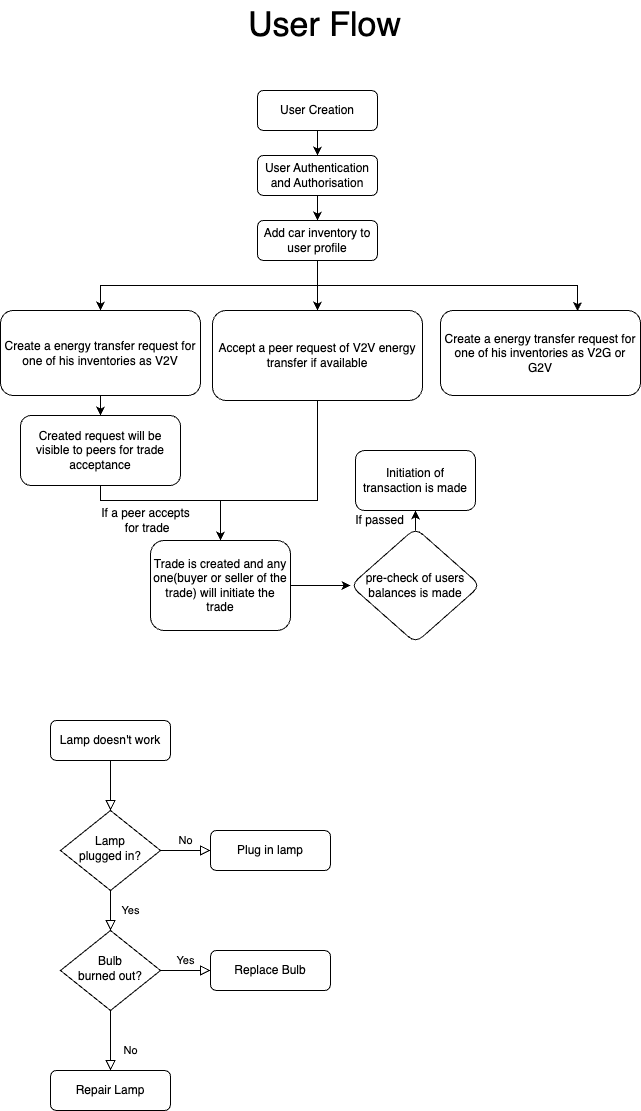
Before: Untitled Diagram.drawio.png, a diagram exported from draw.io (Uday003/ejtos-react_budget_app). Source tidied: cells renumbered, new cells last; positions are measured from the earlier drawing's top-left corner, leaving out a move shared by most shapes. Its diagram source:
```xml
<mxGraphModel>
  <root>
    <mxCell id="0" />
    <mxCell id="1" parent="0" />
    <mxCell id="2" value="&lt;font style=&quot;font-size: 34px;&quot;&gt;User Flow&lt;/font&gt;" style="text;html=1;align=center;verticalAlign=middle;strokeColor=none;fillColor=none;" parent="1" vertex="1">
      <mxGeometry x="234" width="180" height="50" as="geometry" />
    </mxCell>
    <mxCell id="3" style="rounded=0;html=1;jettySize=auto;fontSize=11;endArrow=block;endFill=0;endSize=8;strokeWidth=1;shadow=0;labelBackgroundColor=none;edgeStyle=orthogonalEdgeStyle;" parent="1" edge="1" source="4" target="7">
      <mxGeometry relative="1" as="geometry" />
    </mxCell>
    <mxCell id="4" value="Lamp doesn't work" style="rounded=1;whiteSpace=wrap;html=1;fontSize=12;glass=0;strokeWidth=1;shadow=0;" parent="1" vertex="1">
      <mxGeometry x="50" y="720" width="120" height="40" as="geometry" />
    </mxCell>
    <mxCell id="5" value="Yes" style="rounded=0;html=1;jettySize=auto;fontSize=11;endArrow=block;endFill=0;endSize=8;strokeWidth=1;shadow=0;labelBackgroundColor=none;edgeStyle=orthogonalEdgeStyle;" parent="1" edge="1" source="7" target="11">
      <mxGeometry y="20" relative="1" as="geometry" />
    </mxCell>
    <mxCell id="6" value="No" style="edgeStyle=orthogonalEdgeStyle;rounded=0;html=1;jettySize=auto;fontSize=11;endArrow=block;endFill=0;endSize=8;strokeWidth=1;shadow=0;labelBackgroundColor=none;" parent="1" edge="1" source="7" target="8">
      <mxGeometry y="10" relative="1" as="geometry" />
    </mxCell>
    <mxCell id="7" value="Lamp&lt;br&gt;plugged in?" style="rhombus;whiteSpace=wrap;html=1;shadow=0;fontFamily=Helvetica;fontSize=12;align=center;strokeWidth=1;spacing=6;spacingTop=-4;" parent="1" vertex="1">
      <mxGeometry x="60" y="810" width="100" height="80" as="geometry" />
    </mxCell>
    <mxCell id="8" value="Plug in lamp" style="rounded=1;whiteSpace=wrap;html=1;fontSize=12;glass=0;strokeWidth=1;shadow=0;" parent="1" vertex="1">
      <mxGeometry x="210" y="830" width="120" height="40" as="geometry" />
    </mxCell>
    <mxCell id="9" value="No" style="rounded=0;html=1;jettySize=auto;fontSize=11;endArrow=block;endFill=0;endSize=8;strokeWidth=1;shadow=0;labelBackgroundColor=none;edgeStyle=orthogonalEdgeStyle;" parent="1" edge="1" source="11" target="12">
      <mxGeometry x="0.33" y="20" relative="1" as="geometry" />
    </mxCell>
    <mxCell id="10" value="Yes" style="edgeStyle=orthogonalEdgeStyle;rounded=0;html=1;jettySize=auto;fontSize=11;endArrow=block;endFill=0;endSize=8;strokeWidth=1;shadow=0;labelBackgroundColor=none;" parent="1" edge="1" source="11" target="13">
      <mxGeometry y="10" relative="1" as="geometry" />
    </mxCell>
    <mxCell id="11" value="Bulb&lt;br&gt;burned out?" style="rhombus;whiteSpace=wrap;html=1;shadow=0;fontFamily=Helvetica;fontSize=12;align=center;strokeWidth=1;spacing=6;spacingTop=-4;" parent="1" vertex="1">
      <mxGeometry x="60" y="930" width="100" height="80" as="geometry" />
    </mxCell>
    <mxCell id="12" value="Repair Lamp" style="rounded=1;whiteSpace=wrap;html=1;fontSize=12;glass=0;strokeWidth=1;shadow=0;" parent="1" vertex="1">
      <mxGeometry x="50" y="1070" width="120" height="40" as="geometry" />
    </mxCell>
    <mxCell id="13" value="Replace Bulb" style="rounded=1;whiteSpace=wrap;html=1;fontSize=12;glass=0;strokeWidth=1;shadow=0;" parent="1" vertex="1">
      <mxGeometry x="210" y="950" width="120" height="40" as="geometry" />
    </mxCell>
    <mxCell id="14" style="edgeStyle=orthogonalEdgeStyle;rounded=0;jettySize=auto;html=1;exitX=0.5;exitY=1;exitDx=0;exitDy=0;" parent="1" edge="1" source="15" target="18">
      <mxGeometry relative="1" as="geometry" />
    </mxCell>
    <mxCell id="15" value="User Authentication and Authorisation" style="rounded=1;whiteSpace=wrap;html=1;fontSize=12;glass=0;strokeWidth=1;shadow=0;" parent="1" vertex="1">
      <mxGeometry x="257" y="155" width="120" height="40" as="geometry" />
    </mxCell>
    <mxCell id="16" style="edgeStyle=orthogonalEdgeStyle;rounded=0;jettySize=auto;html=1;exitX=0.5;exitY=1;exitDx=0;exitDy=0;" parent="1" edge="1" source="18" target="20">
      <mxGeometry relative="1" as="geometry" />
    </mxCell>
    <mxCell id="17" style="edgeStyle=orthogonalEdgeStyle;rounded=0;jettySize=auto;html=1;exitX=0.5;exitY=1;exitDx=0;exitDy=0;entryX=0.5;entryY=0;entryDx=0;entryDy=0;" parent="1" edge="1" source="18" target="26">
      <mxGeometry relative="1" as="geometry" />
    </mxCell>
    <mxCell id="18" value="Add car inventory to user profile" style="rounded=1;whiteSpace=wrap;html=1;fontSize=12;glass=0;strokeWidth=1;shadow=0;" parent="1" vertex="1">
      <mxGeometry x="257" y="220" width="120" height="40" as="geometry" />
    </mxCell>
    <mxCell id="19" style="edgeStyle=orthogonalEdgeStyle;rounded=0;jettySize=auto;html=1;" parent="1" edge="1" source="20" target="28">
      <mxGeometry relative="1" as="geometry" />
    </mxCell>
    <mxCell id="20" value="Create a energy transfer request for one of his inventories as V2V" style="rounded=1;whiteSpace=wrap;html=1;fontSize=12;glass=0;strokeWidth=1;shadow=0;" parent="1" vertex="1">
      <mxGeometry y="310" width="200" height="85" as="geometry" />
    </mxCell>
    <mxCell id="21" value="Create a energy transfer request for one of his inventories as V2G or G2V" style="rounded=1;whiteSpace=wrap;html=1;fontSize=12;glass=0;strokeWidth=1;shadow=0;" parent="1" vertex="1">
      <mxGeometry x="440" y="310" width="200" height="85" as="geometry" />
    </mxCell>
    <mxCell id="22" style="edgeStyle=orthogonalEdgeStyle;rounded=0;jettySize=auto;html=1;exitX=0.5;exitY=1;exitDx=0;exitDy=0;entryX=0.5;entryY=0;entryDx=0;entryDy=0;" parent="1" edge="1" source="23" target="15">
      <mxGeometry relative="1" as="geometry" />
    </mxCell>
    <mxCell id="23" value="User Creation" style="rounded=1;whiteSpace=wrap;html=1;fontSize=12;glass=0;strokeWidth=1;shadow=0;" parent="1" vertex="1">
      <mxGeometry x="257" y="90" width="120" height="40" as="geometry" />
    </mxCell>
    <mxCell id="24" style="edgeStyle=orthogonalEdgeStyle;rounded=0;jettySize=auto;html=1;exitX=0.5;exitY=1;exitDx=0;exitDy=0;entryX=0.685;entryY=0.006;entryDx=0;entryDy=0;entryPerimeter=0;" parent="1" edge="1" source="18" target="21">
      <mxGeometry relative="1" as="geometry" />
    </mxCell>
    <mxCell id="25" style="edgeStyle=orthogonalEdgeStyle;rounded=0;jettySize=auto;html=1;exitX=0.5;exitY=1;exitDx=0;exitDy=0;entryX=0.5;entryY=0;entryDx=0;entryDy=0;" parent="1" edge="1" source="26" target="30">
      <mxGeometry relative="1" as="geometry">
        <Array as="points">
          <mxPoint x="317" y="500" />
          <mxPoint x="220" y="500" />
        </Array>
      </mxGeometry>
    </mxCell>
    <mxCell id="26" value="Accept a peer request of V2V energy transfer if available" style="rounded=1;whiteSpace=wrap;html=1;fontSize=12;glass=0;strokeWidth=1;shadow=0;" parent="1" vertex="1">
      <mxGeometry x="212" y="310" width="210" height="90" as="geometry" />
    </mxCell>
    <mxCell id="27" style="edgeStyle=orthogonalEdgeStyle;rounded=0;jettySize=auto;html=1;" parent="1" edge="1" source="28" target="30">
      <mxGeometry relative="1" as="geometry">
        <Array as="points">
          <mxPoint x="100" y="500" />
          <mxPoint x="220" y="500" />
        </Array>
      </mxGeometry>
    </mxCell>
    <mxCell id="28" value="Created request will be visible to peers for trade acceptance" style="whiteSpace=wrap;html=1;rounded=1;glass=0;strokeWidth=1;shadow=0;" parent="1" vertex="1">
      <mxGeometry x="20" y="415" width="160" height="70" as="geometry" />
    </mxCell>
    <mxCell id="29" style="edgeStyle=orthogonalEdgeStyle;rounded=0;jettySize=auto;html=1;" parent="1" edge="1" source="30" target="33">
      <mxGeometry relative="1" as="geometry" />
    </mxCell>
    <mxCell id="30" value="Trade is created and any one(buyer or seller of the trade) will initiate the trade" style="whiteSpace=wrap;html=1;rounded=1;glass=0;strokeWidth=1;shadow=0;" parent="1" vertex="1">
      <mxGeometry x="150" y="540" width="140" height="90" as="geometry" />
    </mxCell>
    <mxCell id="31" value="If a peer accepts&lt;div&gt;&amp;nbsp;for trade&lt;/div&gt;" style="text;html=1;align=center;verticalAlign=middle;strokeColor=none;fillColor=none;" parent="1" vertex="1">
      <mxGeometry x="90" y="500" width="110" height="40" as="geometry" />
    </mxCell>
    <mxCell id="32" style="edgeStyle=orthogonalEdgeStyle;rounded=0;jettySize=auto;html=1;" parent="1" edge="1" source="33" target="34">
      <mxGeometry relative="1" as="geometry" />
    </mxCell>
    <mxCell id="33" value="pre-check of users balances is made" style="rhombus;whiteSpace=wrap;html=1;rounded=1;glass=0;strokeWidth=1;shadow=0;" parent="1" vertex="1">
      <mxGeometry x="350" y="527.5" width="130" height="115" as="geometry" />
    </mxCell>
    <mxCell id="34" value="Initiation of transaction is made" style="whiteSpace=wrap;html=1;rounded=1;glass=0;strokeWidth=1;shadow=0;" parent="1" vertex="1">
      <mxGeometry x="355" y="450" width="120" height="60" as="geometry" />
    </mxCell>
    <mxCell id="35" value="If passed" style="text;html=1;align=center;verticalAlign=middle;strokeColor=none;fillColor=none;" parent="1" vertex="1">
      <mxGeometry x="344" y="505" width="70" height="30" as="geometry" />
    </mxCell>
  </root>
</mxGraphModel>
```
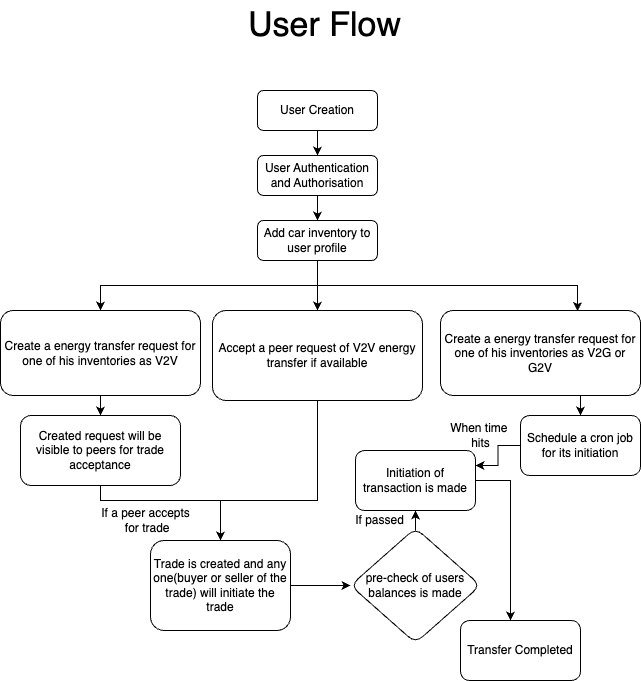
The same file after the commit.

What changed in the source:
```diff
@@ -5,39 +5,6 @@
     <mxCell id="2" value="&lt;font style=&quot;font-size: 34px;&quot;&gt;User Flow&lt;/font&gt;" style="text;html=1;align=center;verticalAlign=middle;strokeColor=none;fillColor=none;" parent="1" vertex="1">
       <mxGeometry x="234" width="180" height="50" as="geometry" />
     </mxCell>
-    <mxCell id="3" style="rounded=0;html=1;jettySize=auto;fontSize=11;endArrow=block;endFill=0;endSize=8;strokeWidth=1;shadow=0;labelBackgroundColor=none;edgeStyle=orthogonalEdgeStyle;" parent="1" edge="1" source="4" target="7">
-      <mxGeometry relative="1" as="geometry" />
-    </mxCell>
-    <mxCell id="4" value="Lamp doesn't work" style="rounded=1;whiteSpace=wrap;html=1;fontSize=12;glass=0;strokeWidth=1;shadow=0;" parent="1" vertex="1">
-      <mxGeometry x="50" y="720" width="120" height="40" as="geometry" />
-    </mxCell>
-    <mxCell id="5" value="Yes" style="rounded=0;html=1;jettySize=auto;fontSize=11;endArrow=block;endFill=0;endSize=8;strokeWidth=1;shadow=0;labelBackgroundColor=none;edgeStyle=orthogonalEdgeStyle;" parent="1" edge="1" source="7" target="11">
-      <mxGeometry y="20" relative="1" as="geometry" />
-    </mxCell>
-    <mxCell id="6" value="No" style="edgeStyle=orthogonalEdgeStyle;rounded=0;html=1;jettySize=auto;fontSize=11;endArrow=block;endFill=0;endSize=8;strokeWidth=1;shadow=0;labelBackgroundColor=none;" parent="1" edge="1" source="7" target="8">
-      <mxGeometry y="10" relative="1" as="geometry" />
-    </mxCell>
-    <mxCell id="7" value="Lamp&lt;br&gt;plugged in?" style="rhombus;whiteSpace=wrap;html=1;shadow=0;fontFamily=Helvetica;fontSize=12;align=center;strokeWidth=1;spacing=6;spacingTop=-4;" parent="1" vertex="1">
-      <mxGeometry x="60" y="810" width="100" height="80" as="geometry" />
-    </mxCell>
-    <mxCell id="8" value="Plug in lamp" style="rounded=1;whiteSpace=wrap;html=1;fontSize=12;glass=0;strokeWidth=1;shadow=0;" parent="1" vertex="1">
-      <mxGeometry x="210" y="830" width="120" height="40" as="geometry" />
-    </mxCell>
-    <mxCell id="9" value="No" style="rounded=0;html=1;jettySize=auto;fontSize=11;endArrow=block;endFill=0;endSize=8;strokeWidth=1;shadow=0;labelBackgroundColor=none;edgeStyle=orthogonalEdgeStyle;" parent="1" edge="1" source="11" target="12">
-      <mxGeometry x="0.33" y="20" relative="1" as="geometry" />
-    </mxCell>
-    <mxCell id="10" value="Yes" style="edgeStyle=orthogonalEdgeStyle;rounded=0;html=1;jettySize=auto;fontSize=11;endArrow=block;endFill=0;endSize=8;strokeWidth=1;shadow=0;labelBackgroundColor=none;" parent="1" edge="1" source="11" target="13">
-      <mxGeometry y="10" relative="1" as="geometry" />
-    </mxCell>
-    <mxCell id="11" value="Bulb&lt;br&gt;burned out?" style="rhombus;whiteSpace=wrap;html=1;shadow=0;fontFamily=Helvetica;fontSize=12;align=center;strokeWidth=1;spacing=6;spacingTop=-4;" parent="1" vertex="1">
-      <mxGeometry x="60" y="930" width="100" height="80" as="geometry" />
-    </mxCell>
-    <mxCell id="12" value="Repair Lamp" style="rounded=1;whiteSpace=wrap;html=1;fontSize=12;glass=0;strokeWidth=1;shadow=0;" parent="1" vertex="1">
-      <mxGeometry x="50" y="1070" width="120" height="40" as="geometry" />
-    </mxCell>
-    <mxCell id="13" value="Replace Bulb" style="rounded=1;whiteSpace=wrap;html=1;fontSize=12;glass=0;strokeWidth=1;shadow=0;" parent="1" vertex="1">
-      <mxGeometry x="210" y="950" width="120" height="40" as="geometry" />
-    </mxCell>
     <mxCell id="14" style="edgeStyle=orthogonalEdgeStyle;rounded=0;jettySize=auto;html=1;exitX=0.5;exitY=1;exitDx=0;exitDy=0;" parent="1" edge="1" source="15" target="18">
       <mxGeometry relative="1" as="geometry" />
     </mxCell>
@@ -59,6 +26,9 @@
     <mxCell id="20" value="Create a energy transfer request for one of his inventories as V2V" style="rounded=1;whiteSpace=wrap;html=1;fontSize=12;glass=0;strokeWidth=1;shadow=0;" parent="1" vertex="1">
       <mxGeometry y="310" width="200" height="85" as="geometry" />
     </mxCell>
+    <mxCell id="36" style="edgeStyle=orthogonalEdgeStyle;rounded=0;jettySize=auto;html=1;exitX=0.75;exitY=1;exitDx=0;exitDy=0;entryX=0.5;entryY=0;entryDx=0;entryDy=0;" parent="1" edge="1" source="21" target="40">
+      <mxGeometry relative="1" as="geometry" />
+    </mxCell>
     <mxCell id="21" value="Create a energy transfer request for one of his inventories as V2G or G2V" style="rounded=1;whiteSpace=wrap;html=1;fontSize=12;glass=0;strokeWidth=1;shadow=0;" parent="1" vertex="1">
       <mxGeometry x="440" y="310" width="200" height="85" as="geometry" />
     </mxCell>
@@ -108,11 +78,30 @@
     <mxCell id="33" value="pre-check of users balances is made" style="rhombus;whiteSpace=wrap;html=1;rounded=1;glass=0;strokeWidth=1;shadow=0;" parent="1" vertex="1">
       <mxGeometry x="350" y="527.5" width="130" height="115" as="geometry" />
     </mxCell>
+    <mxCell id="37" style="edgeStyle=orthogonalEdgeStyle;rounded=0;jettySize=auto;html=1;" parent="1" edge="1" source="34" target="38">
+      <mxGeometry relative="1" as="geometry">
+        <Array as="points">
+          <mxPoint x="510" y="480" />
+        </Array>
+      </mxGeometry>
+    </mxCell>
     <mxCell id="34" value="Initiation of transaction is made" style="whiteSpace=wrap;html=1;rounded=1;glass=0;strokeWidth=1;shadow=0;" parent="1" vertex="1">
       <mxGeometry x="355" y="450" width="120" height="60" as="geometry" />
     </mxCell>
     <mxCell id="35" value="If passed" style="text;html=1;align=center;verticalAlign=middle;strokeColor=none;fillColor=none;" parent="1" vertex="1">
       <mxGeometry x="344" y="505" width="70" height="30" as="geometry" />
     </mxCell>
+    <mxCell id="38" value="Transfer Completed" style="whiteSpace=wrap;html=1;rounded=1;glass=0;strokeWidth=1;shadow=0;" parent="1" vertex="1">
+      <mxGeometry x="460" y="620" width="120" height="60" as="geometry" />
+    </mxCell>
+    <mxCell id="39" style="edgeStyle=orthogonalEdgeStyle;rounded=0;jettySize=auto;html=1;exitX=0;exitY=0.5;exitDx=0;exitDy=0;entryX=1;entryY=0.25;entryDx=0;entryDy=0;" parent="1" edge="1" source="40" target="34">
+      <mxGeometry relative="1" as="geometry" />
+    </mxCell>
+    <mxCell id="40" value="Schedule a cron job for its initiation" style="whiteSpace=wrap;html=1;rounded=1;glass=0;strokeWidth=1;shadow=0;" parent="1" vertex="1">
+      <mxGeometry x="520" y="415" width="120" height="60" as="geometry" />
+    </mxCell>
+    <mxCell id="41" value="When time&amp;nbsp;&lt;div&gt;hits&lt;/div&gt;" style="text;html=1;align=center;verticalAlign=middle;strokeColor=none;fillColor=none;" parent="1" vertex="1">
+      <mxGeometry x="440" y="415" width="80" height="40" as="geometry" />
+    </mxCell>
   </root>
 </mxGraphModel>
```
